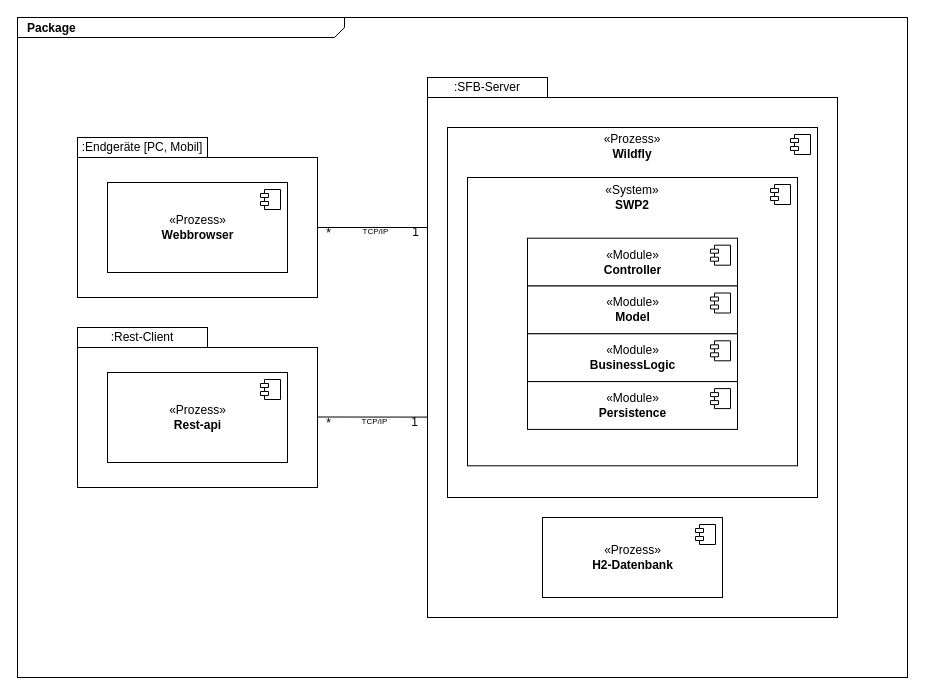
Earlier version of the draw.io diagram doc/UML/06Ausfuehrungssicht.drawio (fkehlenb/softwareprojekt-2). Source tidied: cells renumbered, new cells numbered last; positions are measured from the earlier drawing's top-left corner, leaving out a move shared by most shapes. Both pictures are drawn from the tidied source at 100%, with x=0, y=0 at pixel (17, 17).
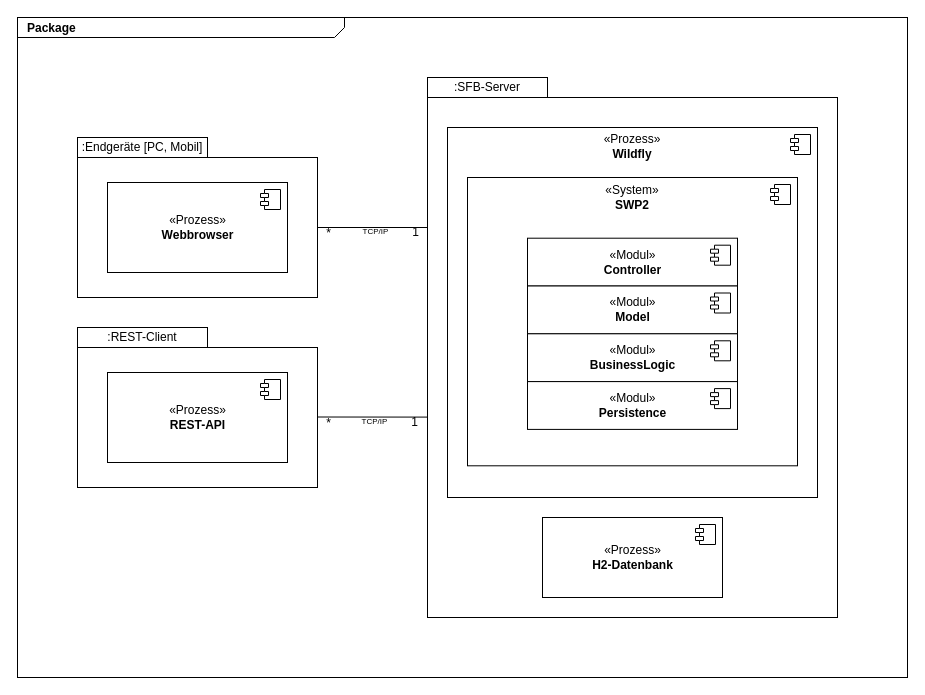
The same page after the edit.

The change refers to these unchanged cells:
```xml
<mxCell id="12" style="html=1;labelBackgroundColor=none;fillColor=none;fontSize=8;" parent="9" vertex="1">
  <mxGeometry x="20" y="50" width="330" height="288.3" as="geometry" />
</mxCell>
```

Diff of the diagram source:
```diff
@@
-    <mxCell id="15" value="«Module»&lt;br&gt;&lt;b&gt;Controller&lt;/b&gt;" style="html=1;" parent="12" vertex="1">
+    <mxCell id="15" value="«Modul»&lt;br&gt;&lt;b&gt;Controller&lt;/b&gt;" style="html=1;" parent="12" vertex="1">
       <mxGeometry x="60" y="60.7" width="210" height="47.8" as="geometry" />
     </mxCell>
@@
-    <mxCell id="17" value="«Module»&lt;br&gt;&lt;b&gt;Model&lt;/b&gt;" style="html=1;" parent="12" vertex="1">
+    <mxCell id="17" value="«Modul»&lt;br&gt;&lt;b&gt;Model&lt;/b&gt;" style="html=1;" parent="12" vertex="1">
       <mxGeometry x="60" y="108.5" width="210" height="47.8" as="geometry" />
     </mxCell>
@@
-    <mxCell id="19" value="«Module»&lt;br&gt;&lt;b&gt;BusinessLogic&lt;/b&gt;" style="html=1;" parent="12" vertex="1">
+    <mxCell id="19" value="«Modul»&lt;br&gt;&lt;b&gt;BusinessLogic&lt;/b&gt;" style="html=1;" parent="12" vertex="1">
       <mxGeometry x="60" y="156.3" width="210" height="47.8" as="geometry" />
     </mxCell>
@@
-    <mxCell id="21" value="«Module»&lt;br&gt;&lt;b&gt;Persistence&lt;/b&gt;" style="html=1;" parent="12" vertex="1">
+    <mxCell id="21" value="«Modul»&lt;br&gt;&lt;b&gt;Persistence&lt;/b&gt;" style="html=1;" parent="12" vertex="1">
       <mxGeometry x="60" y="204.1" width="210" height="47.8" as="geometry" />
     </mxCell>
@@
-    <mxCell id="30" value="«Prozess»&lt;br&gt;&lt;b&gt;Rest-api&lt;/b&gt;" style="html=1;" parent="1" vertex="1">
+    <mxCell id="30" value="«Prozess»&lt;br&gt;&lt;b&gt;REST-API&lt;/b&gt;" style="html=1;" parent="1" vertex="1">
       <mxGeometry x="90" y="355" width="180" height="90" as="geometry" />
     </mxCell>
@@
-    <mxCell id="32" value=":Rest-Client" style="rounded=0;whiteSpace=wrap;html=1;fillColor=none;" parent="1" vertex="1">
+    <mxCell id="32" value=":REST-Client" style="rounded=0;whiteSpace=wrap;html=1;fillColor=none;" parent="1" vertex="1">
       <mxGeometry x="60" y="310" width="130" height="20" as="geometry" />
     </mxCell>
```
